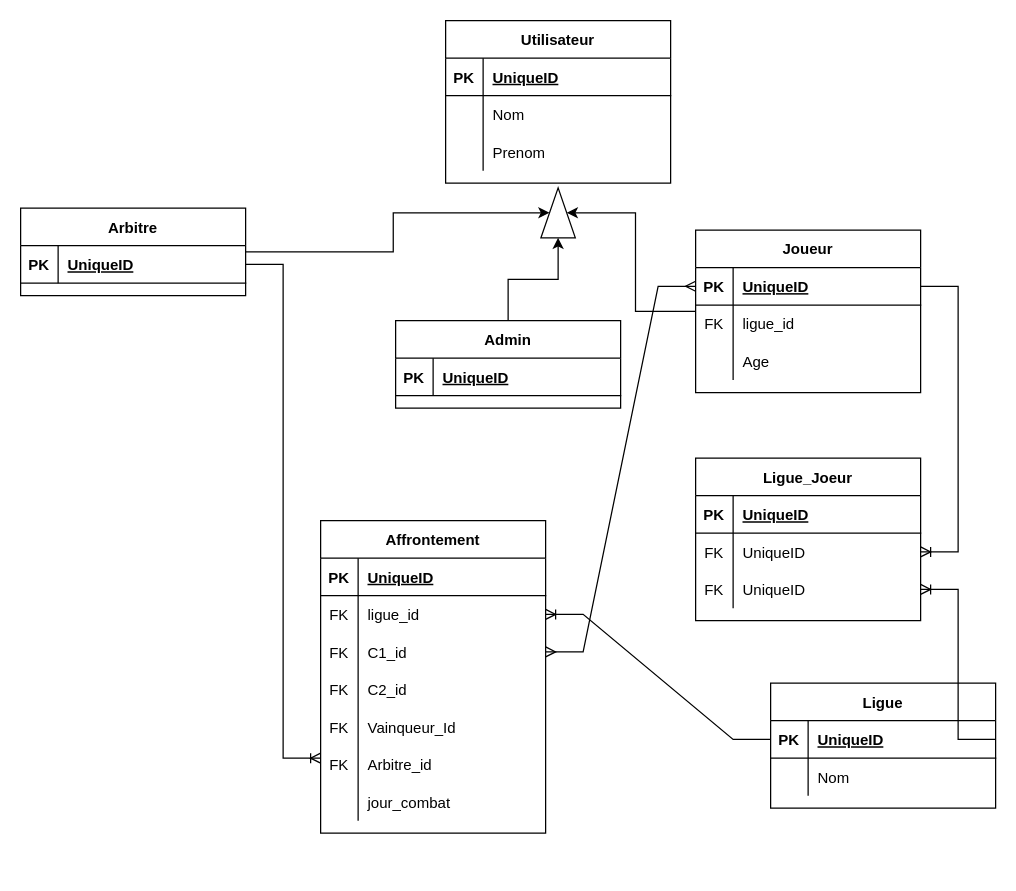
Before: schema_affrontement.drawio in Npaci/affrontementapi, a draw.io diagram. Source tidied: cells renumbered, new cells numbered last; positions are measured from the earlier drawing's top-left corner, leaving out a move shared by most shapes. Both pictures are drawn from the tidied source at 125%, with x=0, y=0 at pixel (20, 20).
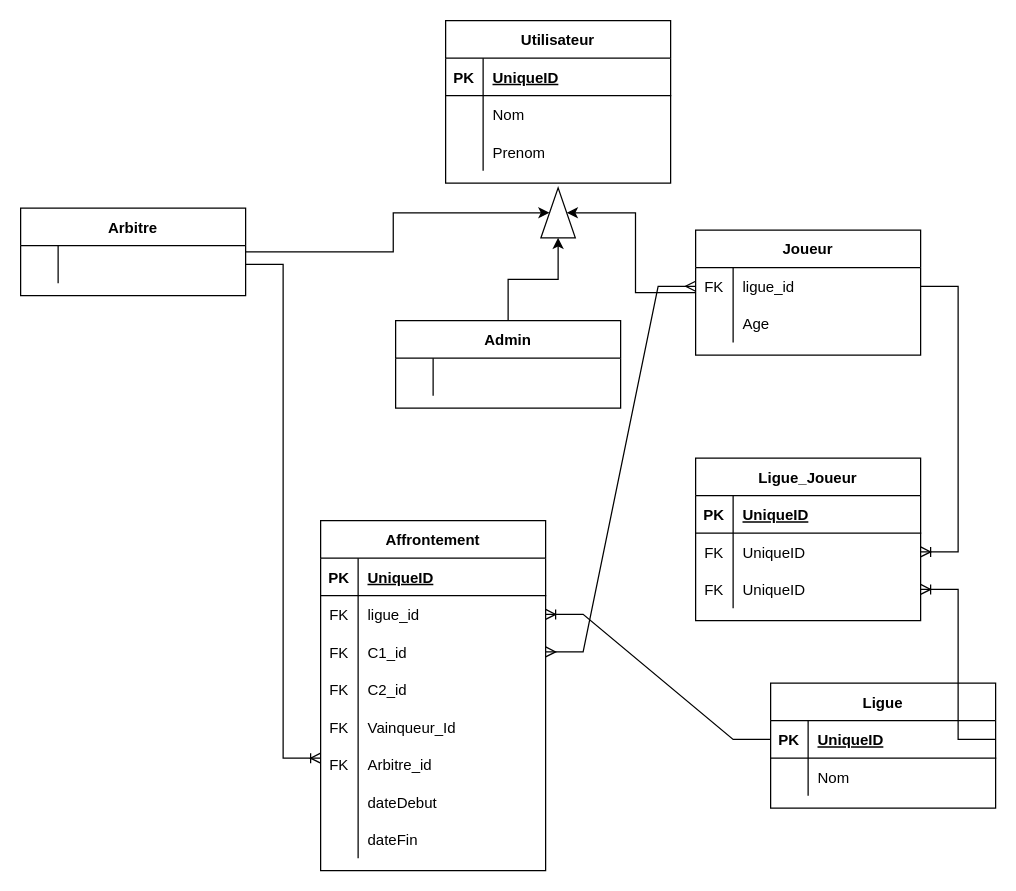
The same page after the edit.

The change refers to these unchanged cells:
```xml
<mxCell id="9" style="shape=partialRectangle;fillColor=none;top=0;left=0;bottom=0;right=0;points=[[0,0.5],[1,0.5]];portConstraint=eastwest;" parent="2" vertex="1">
  <mxGeometry y="90" width="180" height="30" as="geometry" />
</mxCell>
<mxCell id="21" style="shape=partialRectangle;fillColor=none;top=0;left=0;bottom=0;right=0;" parent="2" vertex="1">
  <mxGeometry y="210" width="180" height="30" as="geometry" />
</mxCell>
<mxCell id="36" value="Admin" style="shape=table;startSize=30;childLayout=tableLayout;rowLines=0;fontStyle=1;align=center;" parent="1" vertex="1">
  <mxGeometry x="300" y="240" width="180" height="70" as="geometry" />
</mxCell>
<mxCell id="48" value="Arbitre" style="shape=table;startSize=30;childLayout=tableLayout;rowLines=0;fontStyle=1;align=center;" parent="1" vertex="1">
  <mxGeometry y="150" width="180" height="70" as="geometry" />
</mxCell>
<mxCell id="58" style="shape=partialRectangle;fillColor=none;top=0;left=0;bottom=0;right=0;points=[[0,0.5],[1,0.5]];portConstraint=eastwest;" parent="54" vertex="1">
  <mxGeometry y="60" width="180" height="30" as="geometry" />
</mxCell>
```

The edit, as a diff of the source:
```diff
@@
     <mxCell id="2" value="Affrontement" style="shape=table;startSize=30;childLayout=tableLayout;rowLines=0;fontStyle=1;align=center;" parent="1" vertex="1">
-      <mxGeometry x="240" y="400" width="180" height="250" as="geometry" />
+      <mxGeometry x="240" y="400" width="180" height="280" as="geometry" />
     </mxCell>
@@
-    <mxCell id="23" value="jour_combat" style="shape=partialRectangle;fillColor=none;top=0;left=0;bottom=0;right=0;align=left;spacingLeft=6;overflow=hidden;" parent="21" vertex="1">
+    <mxCell id="23" value="dateDebut" style="shape=partialRectangle;fillColor=none;top=0;left=0;bottom=0;right=0;align=left;spacingLeft=6;overflow=hidden;" parent="21" vertex="1">
       <mxGeometry x="30" width="150" height="30" as="geometry" />
     </mxCell>
+    <mxCell id="78" style="shape=partialRectangle;fillColor=none;top=0;left=0;bottom=0;right=0;" parent="2" vertex="1">
+      <mxGeometry y="240" width="180" height="30" as="geometry" />
+    </mxCell>
+    <mxCell id="79" style="shape=partialRectangle;fillColor=none;top=0;left=0;bottom=0;right=0;overflow=hidden;" parent="78" vertex="1">
+      <mxGeometry width="30" height="30" as="geometry" />
+    </mxCell>
+    <mxCell id="80" value="dateFin" style="shape=partialRectangle;fillColor=none;top=0;left=0;bottom=0;right=0;align=left;spacingLeft=6;overflow=hidden;" parent="78" vertex="1">
+      <mxGeometry x="30" width="150" height="30" as="geometry" />
+    </mxCell>
@@
     <mxCell id="25" value="Joueur" style="shape=table;startSize=30;childLayout=tableLayout;rowLines=0;fontStyle=1;align=center;" parent="1" vertex="1">
-      <mxGeometry x="540" y="167.5" width="180" height="130" as="geometry" />
+      <mxGeometry x="540" y="167.5" width="180" height="100" as="geometry" />
     </mxCell>
-    <mxCell id="26" style="shape=partialRectangle;fillColor=none;top=0;left=0;bottom=1;right=0;points=[[0,0.5],[1,0.5]];portConstraint=eastwest;" parent="25" vertex="1">
-      <mxGeometry y="30" width="180" height="30" as="geometry" />
-    </mxCell>
-    <mxCell id="27" value="PK" style="shape=partialRectangle;fillColor=none;top=0;left=0;bottom=0;right=0;fontStyle=1;overflow=hidden;" parent="26" vertex="1">
-      <mxGeometry width="30" height="30" as="geometry" />
-    </mxCell>
-    <mxCell id="28" value="UniqueID" style="shape=partialRectangle;fillColor=none;top=0;left=0;bottom=0;right=0;align=left;spacingLeft=6;fontStyle=5;overflow=hidden;" parent="26" vertex="1">
-      <mxGeometry x="30" width="150" height="30" as="geometry" />
-    </mxCell>
     <mxCell id="29" style="shape=partialRectangle;fillColor=none;top=0;left=0;bottom=0;right=0;" parent="25" vertex="1">
-      <mxGeometry y="60" width="180" height="30" as="geometry" />
+      <mxGeometry y="30" width="180" height="30" as="geometry" />
     </mxCell>
@@
     <mxCell id="32" style="shape=partialRectangle;fillColor=none;top=0;left=0;bottom=0;right=0;" parent="25" vertex="1">
-      <mxGeometry y="90" width="180" height="30" as="geometry" />
+      <mxGeometry y="60" width="180" height="30" as="geometry" />
     </mxCell>
@@
-    <mxCell id="37" style="shape=partialRectangle;fillColor=none;top=0;left=0;bottom=1;right=0;" parent="36" vertex="1">
-      <mxGeometry y="30" width="180" height="30" as="geometry" />
-    </mxCell>
-    <mxCell id="38" value="PK" style="shape=partialRectangle;fillColor=none;top=0;left=0;bottom=0;right=0;fontStyle=1;overflow=hidden;" parent="37" vertex="1">
-      <mxGeometry width="30" height="30" as="geometry" />
-    </mxCell>
-    <mxCell id="39" value="UniqueID" style="shape=partialRectangle;fillColor=none;top=0;left=0;bottom=0;right=0;align=left;spacingLeft=6;fontStyle=5;overflow=hidden;" parent="37" vertex="1">
-      <mxGeometry x="30" width="150" height="30" as="geometry" />
-    </mxCell>
+    <mxCell id="81" style="shape=partialRectangle;fillColor=none;top=0;left=0;bottom=0;right=0;" parent="36" vertex="1">
+      <mxGeometry y="30" width="180" height="30" as="geometry" />
+    </mxCell>
+    <mxCell id="82" style="shape=partialRectangle;fillColor=none;top=0;left=0;bottom=0;right=0;overflow=hidden;" parent="81" vertex="1">
+      <mxGeometry width="30" height="30" as="geometry" />
+    </mxCell>
+    <mxCell id="83" style="shape=partialRectangle;fillColor=none;top=0;left=0;bottom=0;right=0;align=left;spacingLeft=6;overflow=hidden;" parent="81" vertex="1">
+      <mxGeometry x="30" width="150" height="30" as="geometry" />
+    </mxCell>
@@
-    <mxCell id="49" style="shape=partialRectangle;fillColor=none;top=0;left=0;bottom=1;right=0;points=[[0,0.5],[1,0.5]];portConstraint=eastwest;" parent="48" vertex="1">
-      <mxGeometry y="30" width="180" height="30" as="geometry" />
-    </mxCell>
-    <mxCell id="50" value="PK" style="shape=partialRectangle;fillColor=none;top=0;left=0;bottom=0;right=0;fontStyle=1;overflow=hidden;" parent="49" vertex="1">
-      <mxGeometry width="30" height="30" as="geometry" />
-    </mxCell>
-    <mxCell id="51" value="UniqueID" style="shape=partialRectangle;fillColor=none;top=0;left=0;bottom=0;right=0;align=left;spacingLeft=6;fontStyle=5;overflow=hidden;" parent="49" vertex="1">
-      <mxGeometry x="30" width="150" height="30" as="geometry" />
-    </mxCell>
+    <mxCell id="84" style="shape=partialRectangle;fillColor=none;top=0;left=0;bottom=0;right=0;" parent="48" vertex="1">
+      <mxGeometry y="30" width="180" height="30" as="geometry" />
+    </mxCell>
+    <mxCell id="85" style="shape=partialRectangle;fillColor=none;top=0;left=0;bottom=0;right=0;overflow=hidden;" parent="84" vertex="1">
+      <mxGeometry width="30" height="30" as="geometry" />
+    </mxCell>
+    <mxCell id="86" style="shape=partialRectangle;fillColor=none;top=0;left=0;bottom=0;right=0;align=left;spacingLeft=6;overflow=hidden;" parent="84" vertex="1">
+      <mxGeometry x="30" width="150" height="30" as="geometry" />
+    </mxCell>
-    <mxCell id="52" style="edgeStyle=entityRelationEdgeStyle;fontSize=12;html=1;endArrow=ERmany;startArrow=ERmany;rounded=0;entryX=0;entryY=0.5;entryDx=0;entryDy=0;exitX=1;exitY=0.5;exitDx=0;exitDy=0;" parent="1" edge="1" source="9" target="26">
-      <mxGeometry relative="1" as="geometry" />
+    <mxCell id="52" style="edgeStyle=entityRelationEdgeStyle;fontSize=12;html=1;endArrow=ERmany;startArrow=ERmany;rounded=0;entryX=0;entryY=0.5;entryDx=0;entryDy=0;exitX=1;exitY=0.5;exitDx=0;exitDy=0;" parent="1" edge="1" source="9">
+      <mxGeometry relative="1" as="geometry">
+        <mxPoint x="540" y="212.5" as="targetPoint" />
+      </mxGeometry>
     </mxCell>
-    <mxCell id="53" style="edgeStyle=entityRelationEdgeStyle;fontSize=12;html=1;endArrow=ERoneToMany;exitX=1;exitY=0.5;exitDx=0;exitDy=0;rounded=0;jumpStyle=gap;" parent="1" edge="1" source="49">
+    <mxCell id="53" style="edgeStyle=entityRelationEdgeStyle;fontSize=12;html=1;endArrow=ERoneToMany;exitX=1;exitY=0.5;exitDx=0;exitDy=0;rounded=0;jumpStyle=gap;" parent="1" edge="1">
       <mxGeometry relative="1" as="geometry">
+        <mxPoint x="180" y="195" as="sourcePoint" />
         <mxPoint x="240" y="590" as="targetPoint" />
       </mxGeometry>
     </mxCell>
-    <mxCell id="54" value="Ligue_Joeur" style="shape=table;startSize=30;childLayout=tableLayout;rowLines=0;fontStyle=1;align=center;" parent="1" vertex="1">
+    <mxCell id="54" value="Ligue_Joueur" style="shape=table;startSize=30;childLayout=tableLayout;rowLines=0;fontStyle=1;align=center;" parent="1" vertex="1">
       <mxGeometry x="540" y="350" width="180" height="130" as="geometry" />
     </mxCell>
@@
-    <mxCell id="65" style="edgeStyle=entityRelationEdgeStyle;fontSize=12;html=1;endArrow=ERoneToMany;rounded=0;jumpStyle=none;entryX=1;entryY=0.5;entryDx=0;entryDy=0;exitX=1;exitY=0.5;exitDx=0;exitDy=0;" parent="1" edge="1" source="26" target="58">
-      <mxGeometry relative="1" as="geometry" />
+    <mxCell id="65" style="edgeStyle=entityRelationEdgeStyle;fontSize=12;html=1;endArrow=ERoneToMany;rounded=0;jumpStyle=none;entryX=1;entryY=0.5;entryDx=0;entryDy=0;exitX=1;exitY=0.5;exitDx=0;exitDy=0;" parent="1" edge="1" target="58">
+      <mxGeometry relative="1" as="geometry">
+        <mxPoint x="720" y="212.5" as="sourcePoint" />
+      </mxGeometry>
     </mxCell>
```
